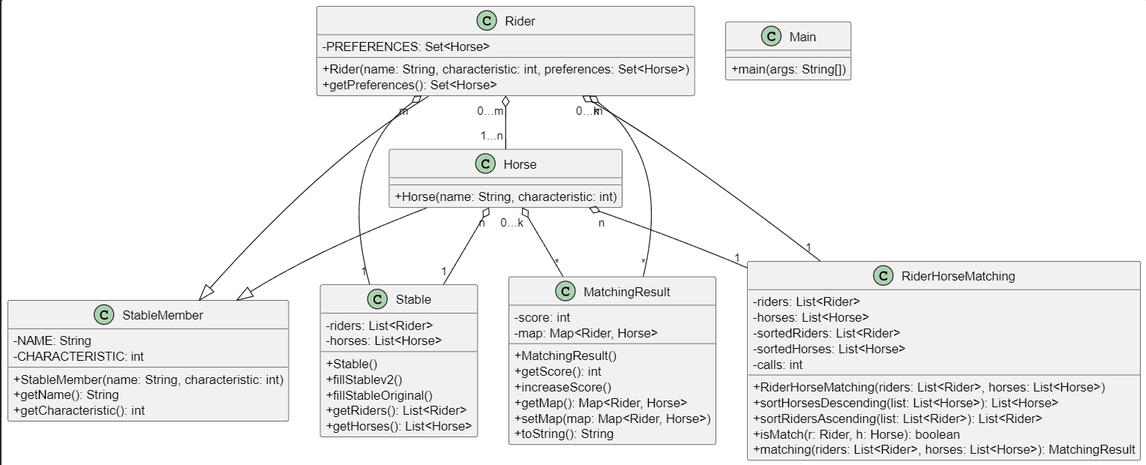
r0gga/OOP4 keeps this PlantUML diagram as uml/uml.PNG. Above is the earlier version. Its source is kept beside it as uml/uml.wsd. Its diagram source:
```plantuml
@startuml
scale 2
skinparam classAttributeIconSize 0

class StableMember {
    - NAME: String
    - CHARACTERISTIC: int
    + StableMember(name: String, characteristic: int)
    + getName(): String
    + getCharacteristic(): int
}

class Horse {
    + Horse(name: String, characteristic: int)
}

class Rider {
    - PREFERENCES: Set<Horse>
    + Rider(name: String, characteristic: int, preferences: Set<Horse>)
    + getPreferences(): Set<Horse>
}

class Stable {
    - riders: List<Rider>
    - horses: List<Horse>
    + Stable()
    + fillStablev2()
    + fillStableOriginal()
    + getRiders(): List<Rider>
    + getHorses(): List<Horse>
}

class MatchingResult {
    - score: int
    - map: Map<Rider, Horse>
    + MatchingResult()
    + getScore(): int
    + increaseScore()
    + getMap(): Map<Rider, Horse>
    + setMap(map: Map<Rider, Horse>)
    + toString(): String
}

class RiderHorseMatching {
    - riders: List<Rider>
    - horses: List<Horse>
    - sortedRiders: List<Rider>
    - sortedHorses: List<Horse>
    - calls: int
    + RiderHorseMatching(riders: List<Rider>, horses: List<Horse>)
    + sortHorsesDescending(list: List<Horse>): List<Horse>
    + sortRidersAscending(list: List<Rider>): List<Rider>
    + isMatch(r: Rider, h: Horse): boolean
    + matching(riders: List<Rider>, horses: List<Horse>): MatchingResult
}

class Main {
    + main(args: String[])
}

Rider --|> StableMember
Horse --|> StableMember
Rider "0...m" o-- "1...n" Horse
Horse "0...k" o-- "*" MatchingResult
Rider "0...k" o-- "*" MatchingResult

Horse "n" o-- "1" RiderHorseMatching
Rider "m" o-- "1" RiderHorseMatching

Horse "n" o-- "1" Stable
Rider "m" o-- "1" Stable

@enduml
```
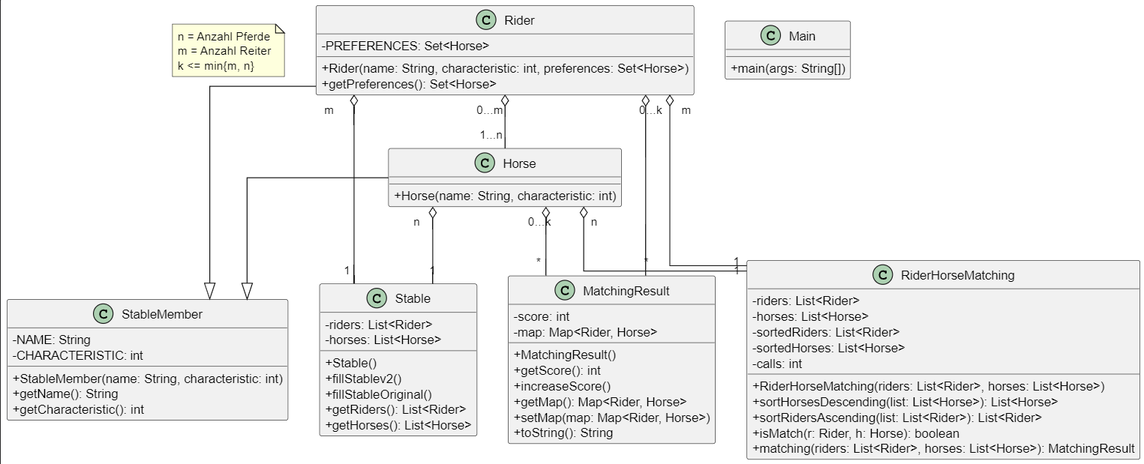
The same diagram one commit later.

Commit message:
uml neu

What changed in the source:
```diff
@@ -1,6 +1,10 @@
 @startuml
 scale 2
 skinparam classAttributeIconSize 0
+skinparam fixCircleLabelOverlapping true
+skinparam linetype ortho
+
+note "n = Anzahl Pferde\nm = Anzahl Reiter\nk <= min{m, n}" as N1
 
 class StableMember {
     - NAME: String
```
